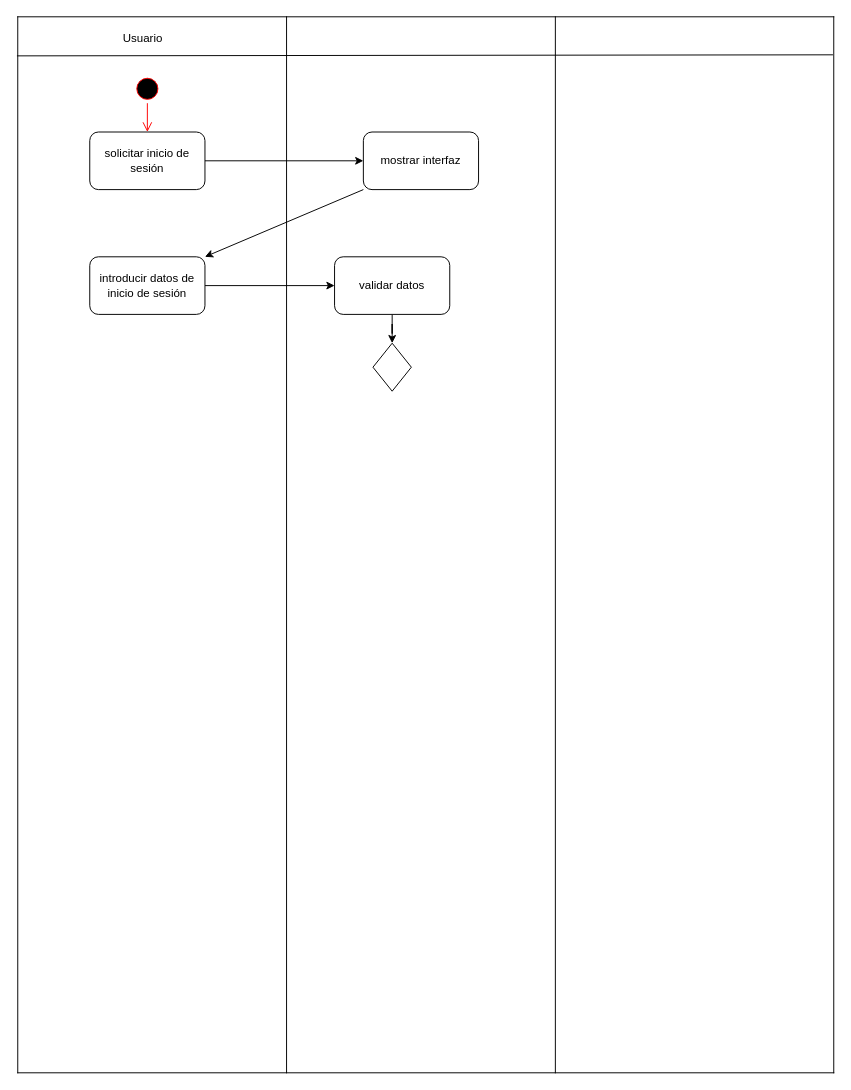
This is Diagrama de actividades/DA-red_social.drawio from GRMiguelAngel/ETS, a draw.io file, before an edit. Source tidied: cells renumbered, new cells numbered last; positions are measured from the earlier drawing's top-left corner, leaving out a move shared by most shapes. Both pictures are drawn from the tidied source at 96%, with x=0, y=0 at pixel (17, 16).
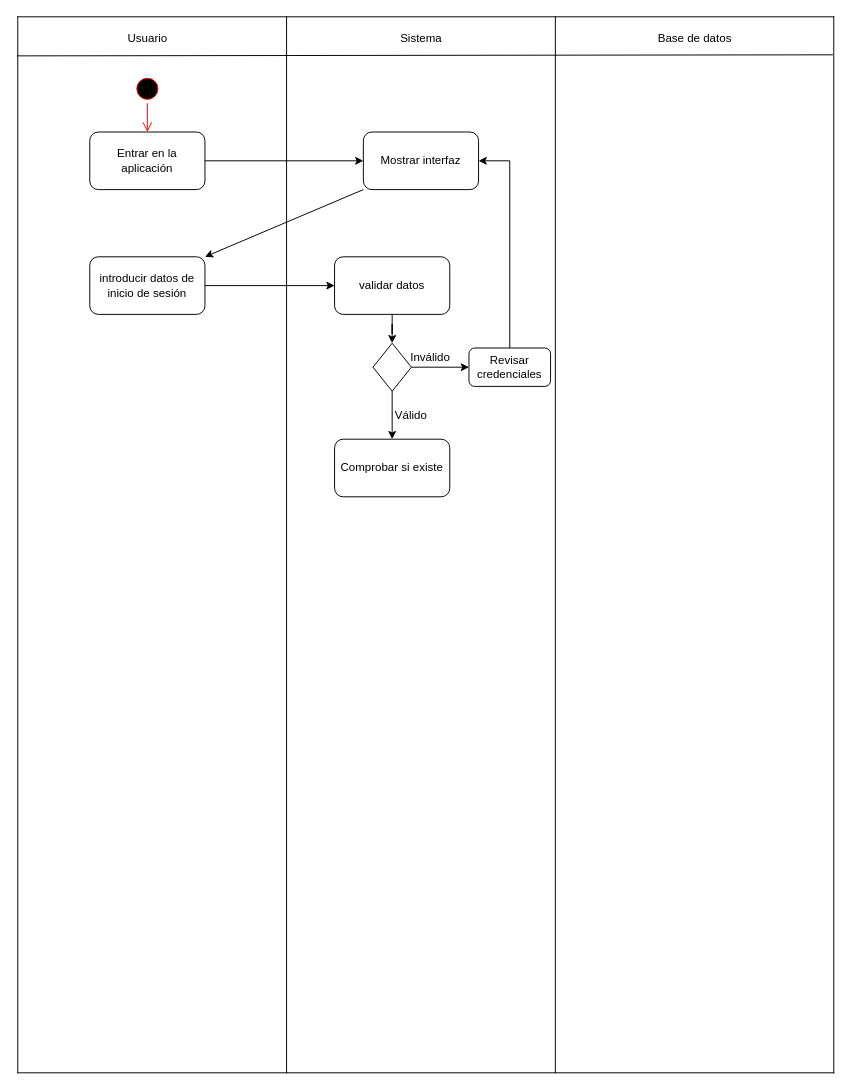
Above is the later version.

Unchanged cells that the change refers to:
```xml
<mxCell id="17" style="rhombus;whiteSpace=wrap;html=1;" parent="1" vertex="1">
  <mxGeometry x="370" y="340" width="40" height="50" as="geometry" />
</mxCell>
```

What changed in the source:
```diff
@@
-    <mxCell id="5" value="solicitar inicio de sesión" style="rounded=1;whiteSpace=wrap;html=1;" parent="1" vertex="1">
+    <mxCell id="5" value="Entrar en la aplicación" style="rounded=1;whiteSpace=wrap;html=1;" parent="1" vertex="1">
       <mxGeometry x="75" y="120" width="120" height="60" as="geometry" />
     </mxCell>
@@
     <mxCell id="8" value="Usuario" style="text;html=1;align=center;verticalAlign=middle;strokeColor=none;fillColor=none;" parent="1" vertex="1">
-      <mxGeometry x="100" y="8" width="60" height="30" as="geometry" />
+      <mxGeometry x="105" y="8" width="60" height="30" as="geometry" />
     </mxCell>
@@
-    <mxCell id="11" value="mostrar interfaz" style="rounded=1;whiteSpace=wrap;html=1;" parent="1" vertex="1">
+    <mxCell id="11" value="Mostrar interfaz" style="rounded=1;whiteSpace=wrap;html=1;" parent="1" vertex="1">
       <mxGeometry x="360" y="120" width="120" height="60" as="geometry" />
     </mxCell>
@@
+    <mxCell id="18" style="edgeStyle=orthogonalEdgeStyle;rounded=0;jettySize=auto;html=1;entryX=0;entryY=0.5;entryDx=0;entryDy=0;" parent="1" edge="1" source="17" target="23">
+      <mxGeometry relative="1" as="geometry" />
+    </mxCell>
+    <mxCell id="19" style="edgeStyle=orthogonalEdgeStyle;rounded=0;jettySize=auto;html=1;entryX=0.5;entryY=0;entryDx=0;entryDy=0;" parent="1" edge="1" source="17" target="25">
+      <mxGeometry relative="1" as="geometry" />
+    </mxCell>
@@
+    <mxCell id="20" value="Sistema" style="text;html=1;align=center;verticalAlign=middle;strokeColor=none;fillColor=none;" parent="1" vertex="1">
+      <mxGeometry x="385" y="8" width="70" height="30" as="geometry" />
+    </mxCell>
+    <mxCell id="21" value="Base de datos" style="text;html=1;align=center;verticalAlign=middle;strokeColor=none;fillColor=none;" parent="1" vertex="1">
+      <mxGeometry x="655" y="8" width="100" height="30" as="geometry" />
+    </mxCell>
+    <mxCell id="22" style="edgeStyle=orthogonalEdgeStyle;rounded=0;jettySize=auto;html=1;entryX=1;entryY=0.5;entryDx=0;entryDy=0;" parent="1" edge="1" source="23" target="11">
+      <mxGeometry relative="1" as="geometry" />
+    </mxCell>
+    <mxCell id="23" value="Revisar credenciales" style="rounded=1;whiteSpace=wrap;html=1;" parent="1" vertex="1">
+      <mxGeometry x="470" y="345" width="85" height="40" as="geometry" />
+    </mxCell>
+    <mxCell id="24" value="Inválido" style="text;html=1;align=center;verticalAlign=middle;whiteSpace=wrap;rounded=0;" parent="1" vertex="1">
+      <mxGeometry x="400" y="340" width="60" height="30" as="geometry" />
+    </mxCell>
+    <mxCell id="25" value="Comprobar si existe" style="rounded=1;whiteSpace=wrap;html=1;" parent="1" vertex="1">
+      <mxGeometry x="330" y="440" width="120" height="60" as="geometry" />
+    </mxCell>
+    <mxCell id="26" value="Válido" style="text;html=1;align=center;verticalAlign=middle;whiteSpace=wrap;rounded=0;" parent="1" vertex="1">
+      <mxGeometry x="380" y="400" width="60" height="30" as="geometry" />
+    </mxCell>
```
